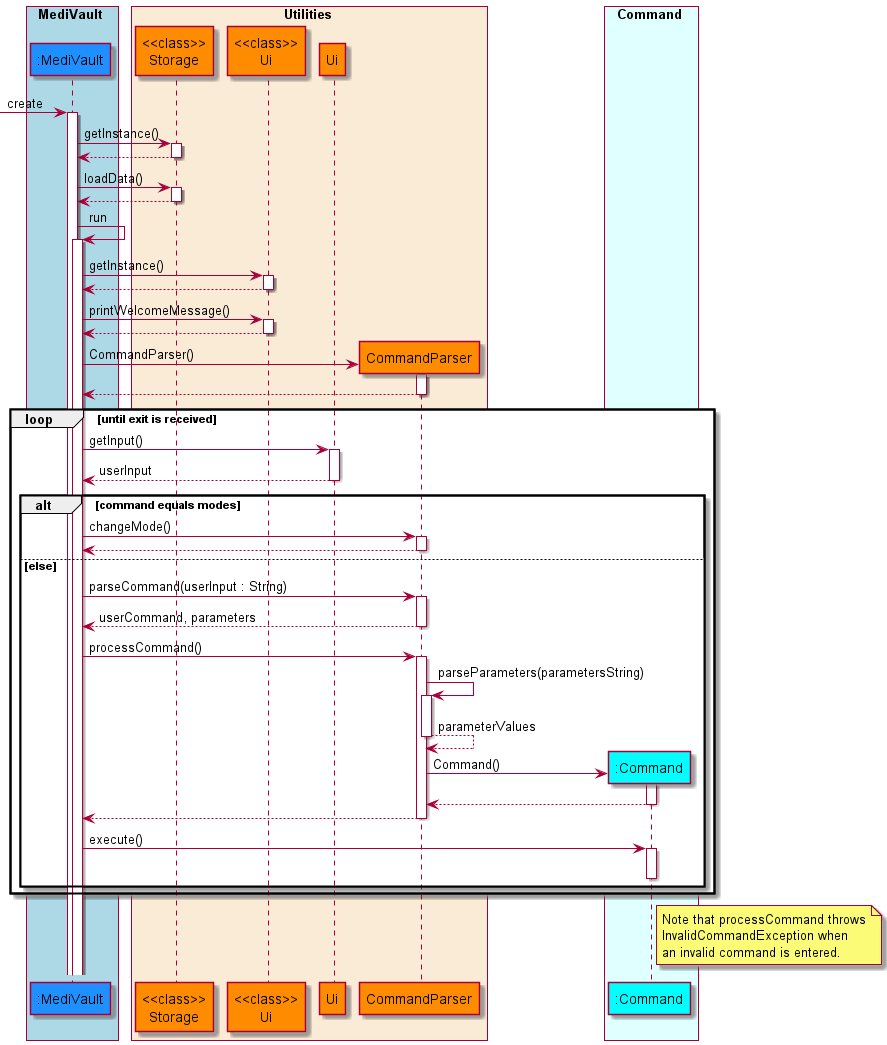
nus-cs2113-AY2122S1/tp keeps this PlantUML diagram as docs/diagrams/diagram_images/MainLogicSequenceDiagram.png. Above is the earlier version.
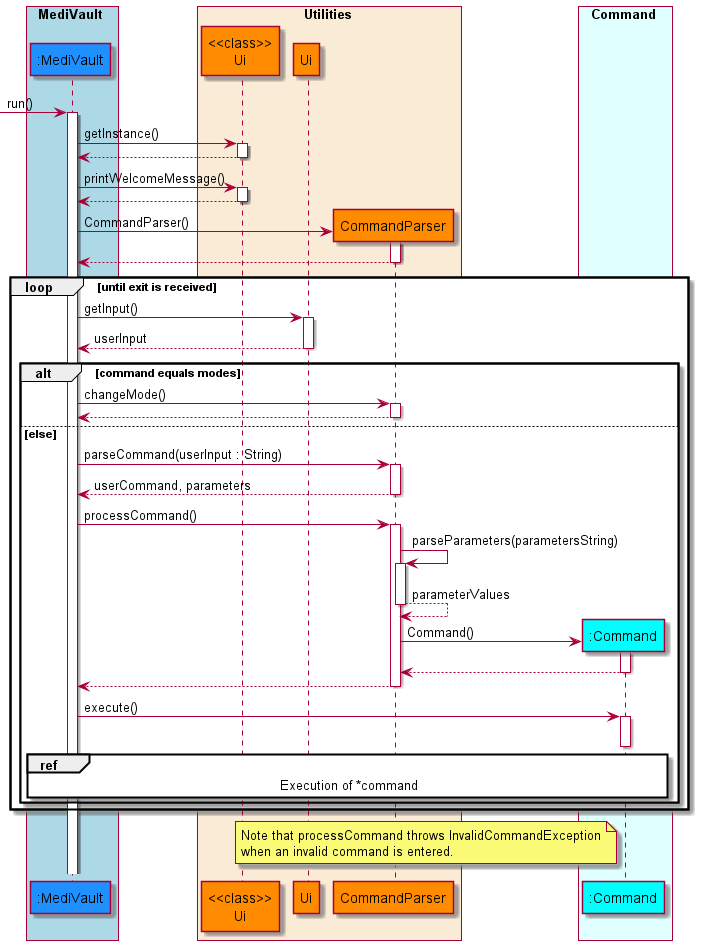
The same diagram one commit later.

Change to the diagram source:
```diff
@@ -7,7 +7,6 @@
 end box
 
 box Utilities COLOR_UTILITIES_BOX
-    participant "<<class>>\nStorage" as storage COLOR_UTILITIES
     participant "<<class>>\nUi" as uiclass COLOR_UTILITIES
     participant "Ui" as ui COLOR_UTILITIES
     participant "CommandParser" as commandparser COLOR_UTILITIES
@@ -19,13 +18,7 @@
 
 autoactivate on
 
--> medivault: create
-    medivault -> storage : getInstance()
-    medivault <-- storage
-    medivault -> storage : loadData()
-    medivault <-- storage
-
-    medivault -> medivault : run
+-> medivault: run()
     medivault -> uiclass : getInstance()
     medivault <-- uiclass
     medivault -> uiclass : printWelcomeMessage()
@@ -34,32 +27,34 @@
     medivault -> commandparser : CommandParser()
     medivault <-- commandparser
 
-        loop until exit is received
-            medivault -> ui : getInput()
-            medivault <-- ui : userInput
+    loop until exit is received
+        medivault -> ui : getInput()
+        medivault <-- ui : userInput
 
-            alt command equals modes
-                medivault -> commandparser : changeMode()
-                medivault <-- commandparser
-            else else
-                medivault -> commandparser : parseCommand(userInput : String)
-                medivault <-- commandparser : userCommand, parameters
-                medivault -> commandparser : processCommand()
-                commandparser -> commandparser : parseParameters(parametersString)
-                commandparser --> commandparser : parameterValues
-                create command
-                commandparser -> command : Command()
-                commandparser <-- command
-                medivault <-- commandparser
-                medivault -> command : execute()
-                deactivate command
-            end
+        alt command equals modes
+            medivault -> commandparser : changeMode()
+            medivault <-- commandparser
+        else else
+            medivault -> commandparser : parseCommand(userInput : String)
+            medivault <-- commandparser : userCommand, parameters
+            medivault -> commandparser : processCommand()
+            commandparser -> commandparser : parseParameters(parametersString)
+            commandparser --> commandparser : parameterValues
+            create command
+            commandparser -> command : Command()
+            commandparser <-- command
+            medivault <-- commandparser
+            medivault -> command : execute()
+            deactivate command
+            ref over medivault,command
+                Execution of *command
+            end ref
+        end
+    end
 
-        end
-note right of command
-Note that processCommand throws
-InvalidCommandException when
-an invalid command is entered.
+note left of command
+Note that processCommand throws InvalidCommandException
+when an invalid command is entered.
 end note
 
 @enduml
```
